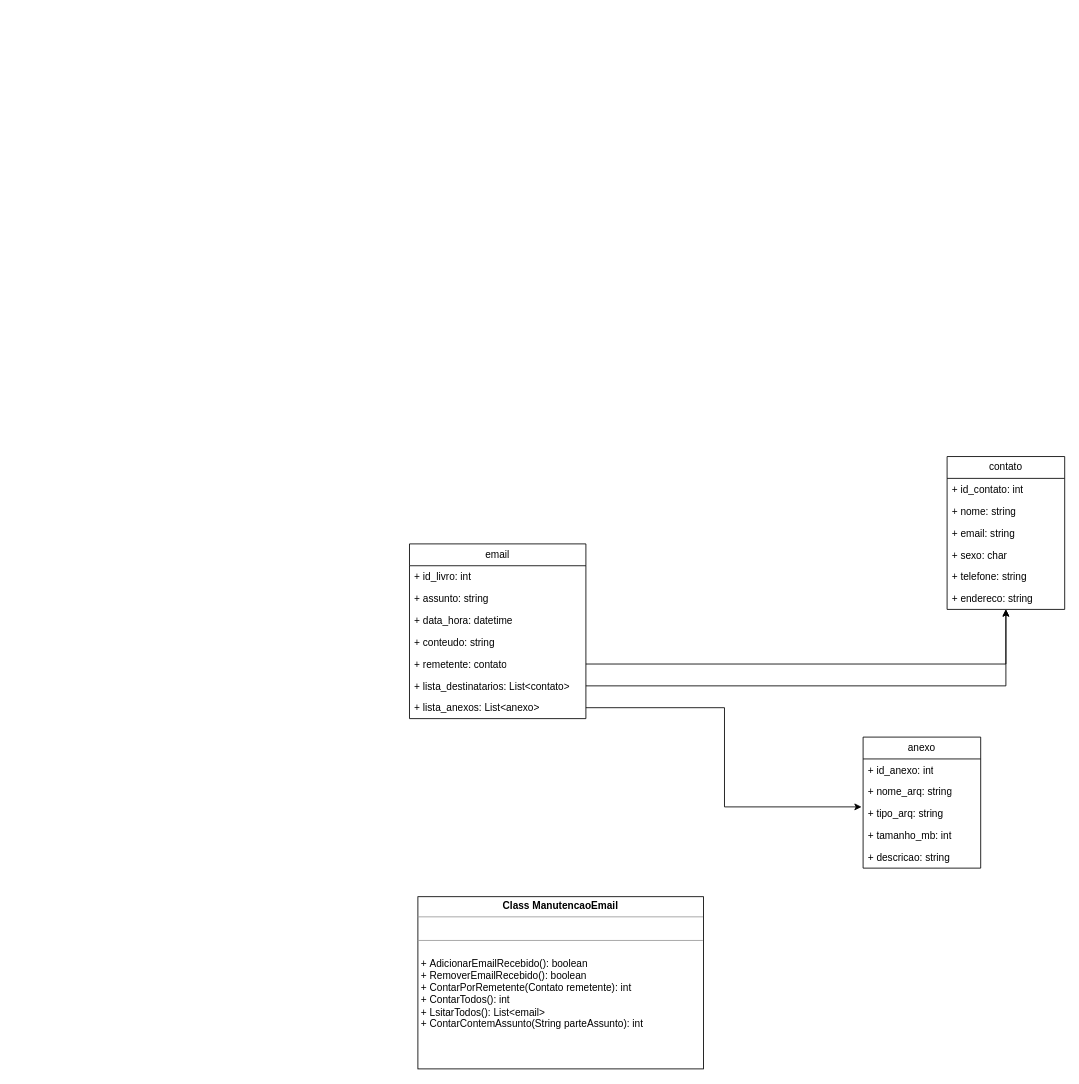
JuscelinoCarvalho/GerenciadorEmails keeps this draw.io diagram as page "Página-1" (1 of 2) of 966_Gerenciador_de_Email_Grupo3.drawio. Above is the earlier version. Source tidied: cells renumbered, new cells numbered last; positions are measured from the earlier drawing's top-left corner, leaving out a move shared by most shapes. Both pictures are drawn from the tidied source at 84%, with x=0, y=0 at pixel (409, 456).
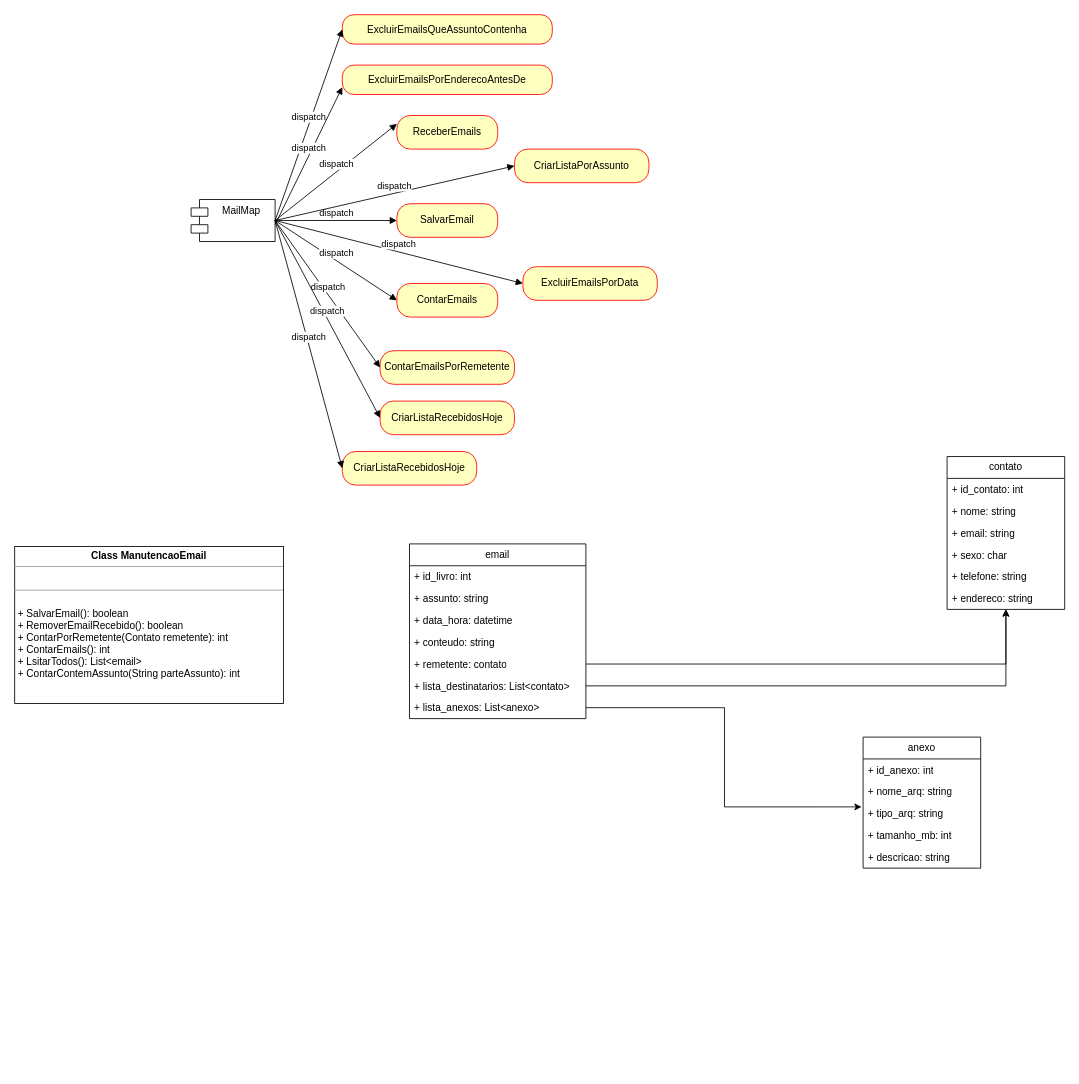
Above is the later version.

Commit message:
Atualizado as ações. Falta refletir na classe

What changed in the source:
```diff
@@
-    <mxCell id="26" value="&lt;p style=&quot;margin:0px;margin-top:4px;text-align:center;&quot;&gt;&lt;b&gt;Class ManutencaoEmail&lt;/b&gt;&lt;/p&gt;&lt;hr size=&quot;1&quot;&gt;&lt;p style=&quot;margin:0px;margin-left:4px;&quot;&gt;&lt;br&gt;&lt;/p&gt;&lt;hr size=&quot;1&quot;&gt;&lt;p style=&quot;margin:0px;margin-left:4px;&quot;&gt;&lt;br&gt;&lt;/p&gt;&lt;p style=&quot;margin:0px;margin-left:4px;&quot;&gt;+&amp;nbsp;AdicionarEmailRecebido(): boolean&lt;/p&gt;&lt;p style=&quot;margin:0px;margin-left:4px;&quot;&gt;+ RemoverEmailRecebido(): boolean&lt;/p&gt;&lt;p style=&quot;margin:0px;margin-left:4px;&quot;&gt;+ ContarPorRemetente(Contato remetente): int&lt;/p&gt;&lt;p style=&quot;margin:0px;margin-left:4px;&quot;&gt;+ ContarTodos(): int&lt;/p&gt;&lt;p style=&quot;margin:0px;margin-left:4px;&quot;&gt;+ LsitarTodos(): List&amp;lt;email&amp;gt;&amp;nbsp;&lt;/p&gt;&lt;p style=&quot;margin:0px;margin-left:4px;&quot;&gt;+ ContarContemAssunto(String parteAssunto): int&lt;/p&gt;" style="verticalAlign=top;align=left;overflow=fill;fontSize=12;fontFamily=Helvetica;html=1;whiteSpace=wrap;" parent="1" vertex="1">
-      <mxGeometry x="10" y="524" width="340" height="205" as="geometry" />
+    <mxCell id="26" value="&lt;p style=&quot;margin:0px;margin-top:4px;text-align:center;&quot;&gt;&lt;b&gt;Class ManutencaoEmail&lt;/b&gt;&lt;/p&gt;&lt;hr size=&quot;1&quot;&gt;&lt;p style=&quot;margin:0px;margin-left:4px;&quot;&gt;&lt;br&gt;&lt;/p&gt;&lt;hr size=&quot;1&quot;&gt;&lt;p style=&quot;margin:0px;margin-left:4px;&quot;&gt;&lt;br&gt;&lt;/p&gt;&lt;p style=&quot;margin:0px;margin-left:4px;&quot;&gt;+&amp;nbsp;SalvarEmail(): boolean&lt;/p&gt;&lt;p style=&quot;margin:0px;margin-left:4px;&quot;&gt;+ RemoverEmailRecebido(): boolean&lt;/p&gt;&lt;p style=&quot;margin:0px;margin-left:4px;&quot;&gt;+ ContarPorRemetente(Contato remetente): int&lt;/p&gt;&lt;p style=&quot;margin:0px;margin-left:4px;&quot;&gt;+ ContarEmails(): int&lt;/p&gt;&lt;p style=&quot;margin:0px;margin-left:4px;&quot;&gt;+ LsitarTodos(): List&amp;lt;email&amp;gt;&amp;nbsp;&lt;/p&gt;&lt;p style=&quot;margin:0px;margin-left:4px;&quot;&gt;+ ContarContemAssunto(String parteAssunto): int&lt;/p&gt;" style="verticalAlign=top;align=left;overflow=fill;fontSize=12;fontFamily=Helvetica;html=1;whiteSpace=wrap;" parent="1" vertex="1">
+      <mxGeometry x="-470" y="107" width="320" height="187" as="geometry" />
     </mxCell>
+    <mxCell id="27" value="MailMap" style="shape=module;align=left;spacingLeft=20;align=center;verticalAlign=top;" parent="1" vertex="1">
+      <mxGeometry x="-260" y="-306" width="100" height="50" as="geometry" />
+    </mxCell>
+    <mxCell id="28" value="dispatch" style="html=1;verticalAlign=bottom;endArrow=block;rounded=0;exitX=1;exitY=0.5;exitDx=0;exitDy=0;" parent="1" edge="1" source="27" target="29">
+      <mxGeometry relative="1" as="geometry" />
+    </mxCell>
+    <mxCell id="29" value="SalvarEmail" style="rounded=1;whiteSpace=wrap;html=1;arcSize=40;fontColor=#000000;fillColor=#ffffc0;strokeColor=#ff0000;" parent="1" vertex="1">
+      <mxGeometry x="-15" y="-301" width="120" height="40" as="geometry" />
+    </mxCell>
+    <mxCell id="30" value="ReceberEmails" style="rounded=1;whiteSpace=wrap;html=1;arcSize=40;fontColor=#000000;fillColor=#ffffc0;strokeColor=#ff0000;" parent="1" vertex="1">
+      <mxGeometry x="-15" y="-406" width="120" height="40" as="geometry" />
+    </mxCell>
+    <mxCell id="31" value="ContarEmails" style="rounded=1;whiteSpace=wrap;html=1;arcSize=40;fontColor=#000000;fillColor=#ffffc0;strokeColor=#ff0000;" parent="1" vertex="1">
+      <mxGeometry x="-15" y="-206" width="120" height="40" as="geometry" />
+    </mxCell>
+    <mxCell id="32" value="ContarEmailsPorRemetente" style="rounded=1;whiteSpace=wrap;html=1;arcSize=40;fontColor=#000000;fillColor=#ffffc0;strokeColor=#ff0000;" parent="1" vertex="1">
+      <mxGeometry x="-35" y="-126" width="160" height="40" as="geometry" />
+    </mxCell>
+    <mxCell id="33" value="dispatch" style="html=1;verticalAlign=bottom;endArrow=block;rounded=0;exitX=1;exitY=0.5;exitDx=0;exitDy=0;entryX=0;entryY=0.5;entryDx=0;entryDy=0;" parent="1" edge="1" source="27" target="31">
+      <mxGeometry relative="1" as="geometry" />
+    </mxCell>
+    <mxCell id="34" value="dispatch" style="html=1;verticalAlign=bottom;endArrow=block;rounded=0;exitX=1;exitY=0.5;exitDx=0;exitDy=0;entryX=0;entryY=0.5;entryDx=0;entryDy=0;" parent="1" edge="1" source="27" target="32">
+      <mxGeometry relative="1" as="geometry" />
+    </mxCell>
+    <mxCell id="35" value="dispatch" style="html=1;verticalAlign=bottom;endArrow=block;rounded=0;exitX=1;exitY=0.5;exitDx=0;exitDy=0;entryX=0;entryY=0.25;entryDx=0;entryDy=0;" parent="1" edge="1" source="27" target="30">
+      <mxGeometry relative="1" as="geometry" />
+    </mxCell>
+    <mxCell id="36" value="CriarListaPorAssunto" style="rounded=1;whiteSpace=wrap;html=1;arcSize=40;fontColor=#000000;fillColor=#ffffc0;strokeColor=#ff0000;" parent="1" vertex="1">
+      <mxGeometry x="125" y="-366" width="160" height="40" as="geometry" />
+    </mxCell>
+    <mxCell id="37" value="dispatch" style="html=1;verticalAlign=bottom;endArrow=block;rounded=0;exitX=1;exitY=0.5;exitDx=0;exitDy=0;entryX=0;entryY=0.5;entryDx=0;entryDy=0;" parent="1" edge="1" source="27" target="36">
+      <mxGeometry relative="1" as="geometry" />
+    </mxCell>
+    <mxCell id="38" value="ExcluirEmailsPorData" style="rounded=1;whiteSpace=wrap;html=1;arcSize=40;fontColor=#000000;fillColor=#ffffc0;strokeColor=#ff0000;" parent="1" vertex="1">
+      <mxGeometry x="135" y="-226" width="160" height="40" as="geometry" />
+    </mxCell>
+    <mxCell id="39" value="dispatch" style="html=1;verticalAlign=bottom;endArrow=block;rounded=0;entryX=0;entryY=0.5;entryDx=0;entryDy=0;exitX=1;exitY=0.5;exitDx=0;exitDy=0;" parent="1" edge="1" source="27" target="38">
+      <mxGeometry relative="1" as="geometry" />
+    </mxCell>
+    <mxCell id="40" value="CriarListaRecebidosHoje" style="rounded=1;whiteSpace=wrap;html=1;arcSize=40;fontColor=#000000;fillColor=#ffffc0;strokeColor=#ff0000;" parent="1" vertex="1">
+      <mxGeometry x="-80" y="-6" width="160" height="40" as="geometry" />
+    </mxCell>
+    <mxCell id="41" value="dispatch" style="html=1;verticalAlign=bottom;endArrow=block;rounded=0;entryX=0;entryY=0.5;entryDx=0;entryDy=0;exitX=1;exitY=0.5;exitDx=0;exitDy=0;" parent="1" edge="1" source="27" target="40">
+      <mxGeometry relative="1" as="geometry" />
+    </mxCell>
+    <mxCell id="42" value="CriarListaRecebidosHoje" style="rounded=1;whiteSpace=wrap;html=1;arcSize=40;fontColor=#000000;fillColor=#ffffc0;strokeColor=#ff0000;" parent="1" vertex="1">
+      <mxGeometry x="-35" y="-66" width="160" height="40" as="geometry" />
+    </mxCell>
+    <mxCell id="43" value="dispatch" style="html=1;verticalAlign=bottom;endArrow=block;rounded=0;entryX=0;entryY=0.5;entryDx=0;entryDy=0;exitX=1;exitY=0.5;exitDx=0;exitDy=0;" parent="1" edge="1" source="27" target="42">
+      <mxGeometry relative="1" as="geometry" />
+    </mxCell>
+    <mxCell id="44" value="ExcluirEmailsQueAssuntoContenha" style="rounded=1;whiteSpace=wrap;html=1;arcSize=40;fontColor=#000000;fillColor=#ffffc0;strokeColor=#ff0000;" parent="1" vertex="1">
+      <mxGeometry x="-80" y="-526" width="250" height="35" as="geometry" />
+    </mxCell>
+    <mxCell id="45" value="dispatch" style="html=1;verticalAlign=bottom;endArrow=block;rounded=0;entryX=0;entryY=0.5;entryDx=0;entryDy=0;exitX=1;exitY=0.5;exitDx=0;exitDy=0;" parent="1" edge="1" source="27" target="44">
+      <mxGeometry relative="1" as="geometry" />
+    </mxCell>
+    <mxCell id="46" value="ExcluirEmailsPorEnderecoAntesDe" style="rounded=1;whiteSpace=wrap;html=1;arcSize=40;fontColor=#000000;fillColor=#ffffc0;strokeColor=#ff0000;" parent="1" vertex="1">
+      <mxGeometry x="-80" y="-466" width="250" height="35" as="geometry" />
+    </mxCell>
+    <mxCell id="47" value="dispatch" style="html=1;verticalAlign=bottom;endArrow=block;rounded=0;entryX=0;entryY=0.75;entryDx=0;entryDy=0;" parent="1" edge="1" target="46">
+      <mxGeometry relative="1" as="geometry">
+        <mxPoint x="-160" y="-276" as="sourcePoint" />
+      </mxGeometry>
+    </mxCell>
```
